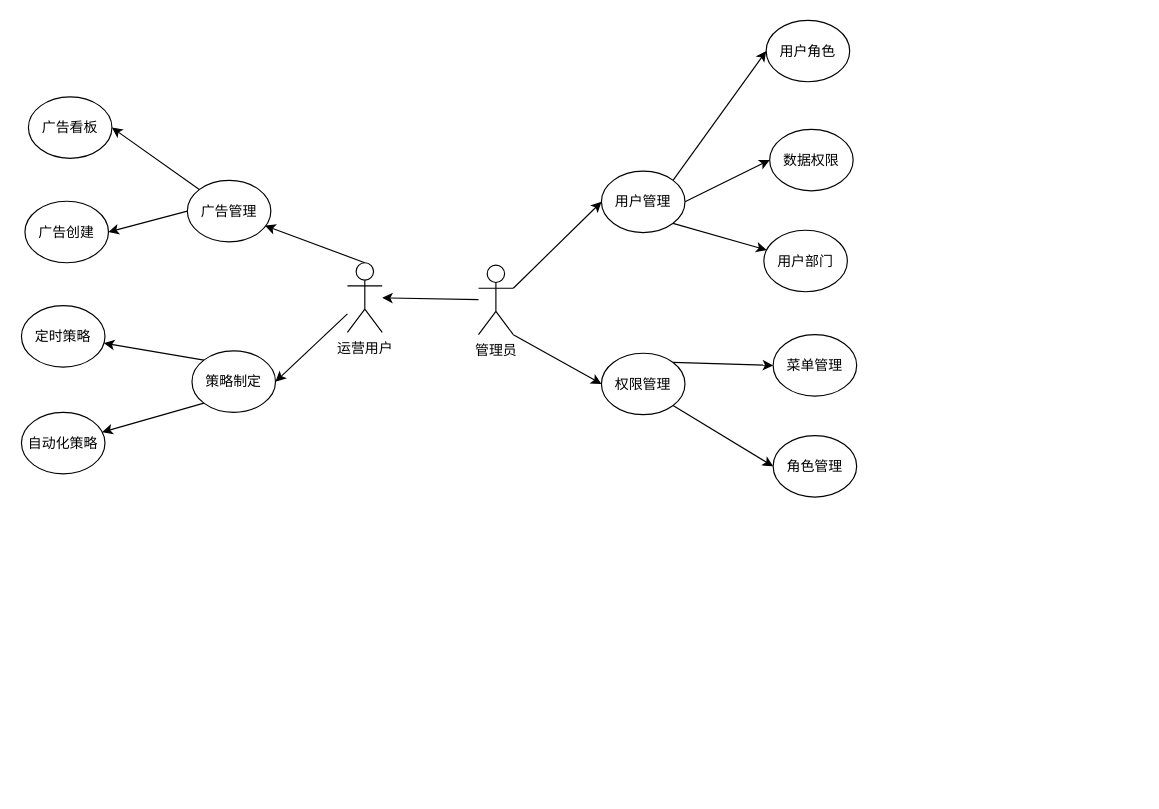
This is bjerp/BJ跨境ERP.drawio from crabeye/test, a draw.io file, before an edit. Source tidied: cells renumbered, new cells numbered last; positions are measured from the earlier drawing's top-left corner, leaving out a move shared by most shapes. Both pictures are drawn from the tidied source at 116%, with x=0, y=0 at pixel (21, 20).
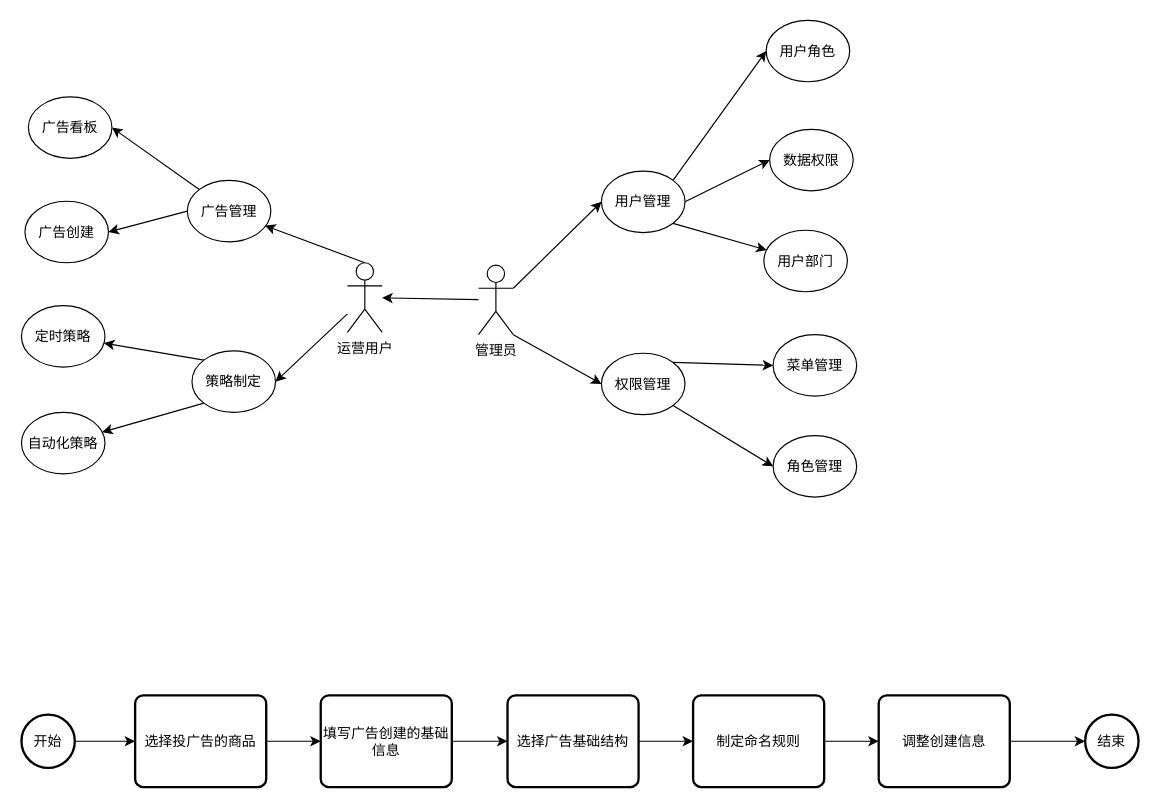
Above is the later version.

The edit, as a diff of the source:
```diff
@@
+    <mxCell id="31" style="edgeStyle=none;rounded=0;jettySize=auto;html=1;exitX=1;exitY=0.5;exitDx=0;exitDy=0;exitPerimeter=0;entryX=0;entryY=0.5;entryDx=0;entryDy=0;" parent="1" edge="1" source="32" target="34">
+      <mxGeometry relative="1" as="geometry" />
+    </mxCell>
+    <mxCell id="32" value="开始" style="strokeWidth=2;html=1;shape=mxgraph.flowchart.start_2;whiteSpace=wrap;" parent="1" vertex="1">
+      <mxGeometry y="598.5" width="46" height="46" as="geometry" />
+    </mxCell>
+    <mxCell id="33" style="edgeStyle=none;rounded=0;jettySize=auto;html=1;exitX=1;exitY=0.5;exitDx=0;exitDy=0;entryX=0;entryY=0.5;entryDx=0;entryDy=0;" parent="1" edge="1" source="34" target="36">
+      <mxGeometry relative="1" as="geometry" />
+    </mxCell>
+    <mxCell id="34" value="选择投广告的商品" style="rounded=1;whiteSpace=wrap;html=1;absoluteArcSize=1;arcSize=14;strokeWidth=2;" parent="1" vertex="1">
+      <mxGeometry x="98" y="582" width="113" height="79" as="geometry" />
+    </mxCell>
+    <mxCell id="35" style="edgeStyle=none;rounded=0;jettySize=auto;html=1;exitX=1;exitY=0.5;exitDx=0;exitDy=0;" parent="1" edge="1" source="36" target="37">
+      <mxGeometry relative="1" as="geometry" />
+    </mxCell>
+    <mxCell id="36" value="填写广告创建的基础信息" style="rounded=1;whiteSpace=wrap;html=1;absoluteArcSize=1;arcSize=14;strokeWidth=2;" parent="1" vertex="1">
+      <mxGeometry x="258" y="582" width="113" height="79" as="geometry" />
+    </mxCell>
+    <mxCell id="37" value="选择广告基础结构" style="rounded=1;whiteSpace=wrap;html=1;absoluteArcSize=1;arcSize=14;strokeWidth=2;" parent="1" vertex="1">
+      <mxGeometry x="419" y="582" width="113" height="79" as="geometry" />
+    </mxCell>
+    <mxCell id="38" style="edgeStyle=none;rounded=0;jettySize=auto;html=1;exitX=1;exitY=0.5;exitDx=0;exitDy=0;" parent="1" edge="1" source="37" target="40">
+      <mxGeometry relative="1" as="geometry" />
+    </mxCell>
+    <mxCell id="39" style="edgeStyle=none;rounded=0;jettySize=auto;html=1;" parent="1" edge="1" source="40" target="42">
+      <mxGeometry relative="1" as="geometry" />
+    </mxCell>
+    <mxCell id="40" value="制定命名规则" style="rounded=1;whiteSpace=wrap;html=1;absoluteArcSize=1;arcSize=14;strokeWidth=2;" parent="1" vertex="1">
+      <mxGeometry x="579" y="582" width="113" height="79" as="geometry" />
+    </mxCell>
+    <mxCell id="41" style="edgeStyle=none;rounded=0;jettySize=auto;html=1;exitX=1;exitY=0.5;exitDx=0;exitDy=0;" parent="1" edge="1" source="42" target="43">
+      <mxGeometry relative="1" as="geometry" />
+    </mxCell>
+    <mxCell id="42" value="调整创建信息" style="rounded=1;whiteSpace=wrap;html=1;absoluteArcSize=1;arcSize=14;strokeWidth=2;" parent="1" vertex="1">
+      <mxGeometry x="739" y="582" width="113" height="79" as="geometry" />
+    </mxCell>
+    <mxCell id="43" value="结束" style="strokeWidth=2;html=1;shape=mxgraph.flowchart.start_2;whiteSpace=wrap;" parent="1" vertex="1">
+      <mxGeometry x="917" y="598.5" width="46" height="46" as="geometry" />
+    </mxCell>
```
